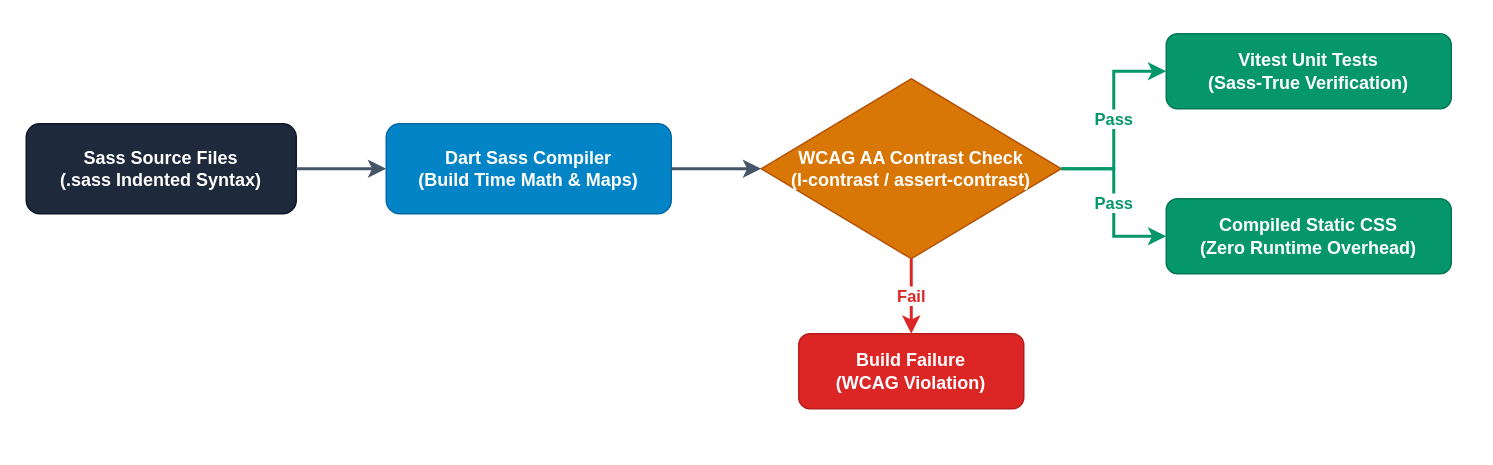
Before: page "Build and Compilation Flow" (2 of 4) of docs/developer/diagram.drawio in NexusWeave/ux-lumina-sass, a draw.io diagram. Source tidied: cells renumbered, new cells numbered last; positions are measured from the earlier drawing's top-left corner, leaving out a move shared by most shapes. Both pictures are drawn from the tidied source at 150%, with x=0, y=0 at pixel (26, 33).
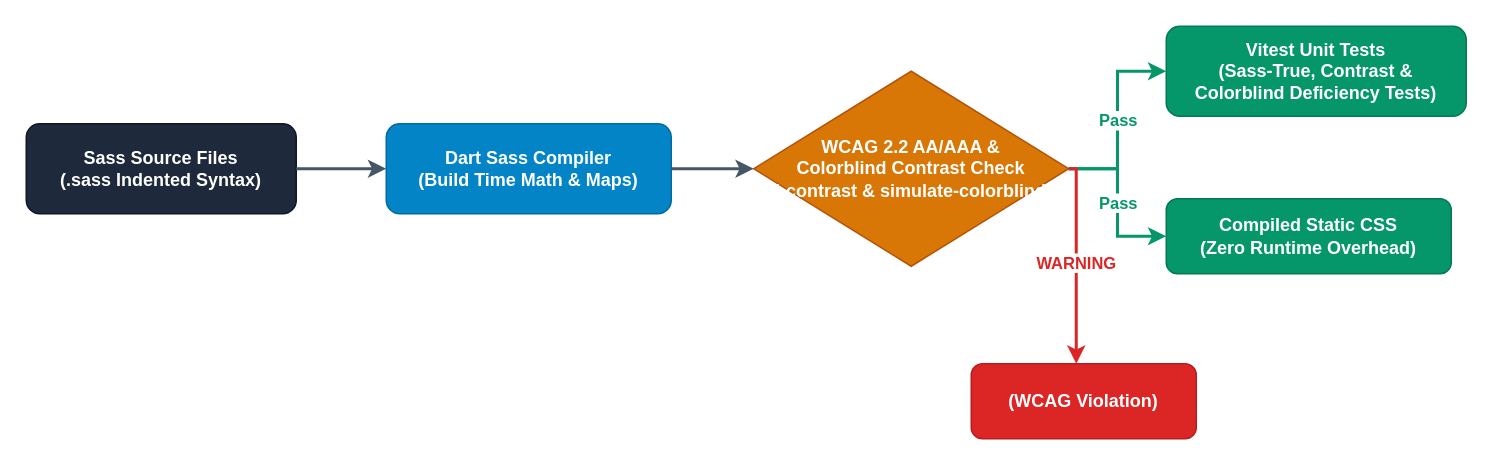
The same page after the edit.

What changed in the source:
```diff
@@
 <mxGraphModel>
   <root>
     <mxCell id="0" />
     <mxCell id="1" parent="0" />
     <mxCell id="2" value="Sass Source Files&#10;(.sass Indented Syntax)" style="rounded=1;whiteSpace=wrap;html=1;fillColor=#1e293b;strokeColor=#0f172a;fontColor=#ffffff;fontStyle=1;" parent="1" vertex="1">
       <mxGeometry y="60" width="180" height="60" as="geometry" />
     </mxCell>
     <mxCell id="3" value="Dart Sass Compiler&#10;(Build Time Math &amp; Maps)" style="rounded=1;whiteSpace=wrap;html=1;fillColor=#0284c7;strokeColor=#0369a1;fontColor=#ffffff;fontStyle=1;" parent="1" vertex="1">
       <mxGeometry x="240" y="60" width="190" height="60" as="geometry" />
     </mxCell>
-    <mxCell id="4" value="WCAG AA Contrast Check&#10;(l-contrast / assert-contrast)" style="rhombus;whiteSpace=wrap;html=1;fillColor=#d97706;strokeColor=#b45309;fontColor=#ffffff;fontStyle=1;" parent="1" vertex="1">
-      <mxGeometry x="490" y="30" width="200" height="120" as="geometry" />
+    <mxCell id="4" value="WCAG 2.2 AA/AAA &amp;&#10;Colorblind Contrast Check&#10;(l-contrast &amp; simulate-colorblind)" style="rhombus;whiteSpace=wrap;html=1;fillColor=#d97706;strokeColor=#b45309;fontColor=#ffffff;fontStyle=1;" parent="1" vertex="1">
+      <mxGeometry x="485" y="25" width="210" height="130" as="geometry" />
     </mxCell>
-    <mxCell id="5" value="Vitest Unit Tests&#10;(Sass-True Verification)" style="rounded=1;whiteSpace=wrap;html=1;fillColor=#059669;strokeColor=#047857;fontColor=#ffffff;fontStyle=1;" parent="1" vertex="1">
-      <mxGeometry x="760" width="190" height="50" as="geometry" />
+    <mxCell id="5" value="Vitest Unit Tests&#10;(Sass-True, Contrast &amp;&#10;Colorblind Deficiency Tests)" style="rounded=1;whiteSpace=wrap;html=1;fillColor=#059669;strokeColor=#047857;fontColor=#ffffff;fontStyle=1;" parent="1" vertex="1">
+      <mxGeometry x="760" y="-5" width="200" height="60" as="geometry" />
     </mxCell>
     <mxCell id="6" value="Compiled Static CSS&#10;(Zero Runtime Overhead)" style="rounded=1;whiteSpace=wrap;html=1;fillColor=#059669;strokeColor=#047857;fontColor=#ffffff;fontStyle=1;" parent="1" vertex="1">
       <mxGeometry x="760" y="110" width="190" height="50" as="geometry" />
     </mxCell>
     <mxCell id="7" style="edgeStyle=orthogonalEdgeStyle;rounded=0;html=1;strokeColor=#475569;strokeWidth=2;" parent="1" edge="1" source="2" target="3">
       <mxGeometry relative="1" as="geometry" />
     </mxCell>
     <mxCell id="8" style="edgeStyle=orthogonalEdgeStyle;rounded=0;html=1;strokeColor=#475569;strokeWidth=2;" parent="1" edge="1" source="3" target="4">
       <mxGeometry relative="1" as="geometry" />
     </mxCell>
     <mxCell id="9" value="Pass" style="edgeStyle=orthogonalEdgeStyle;rounded=0;html=1;strokeColor=#059669;strokeWidth=2;fontColor=#059669;fontStyle=1;" parent="1" edge="1" source="4" target="5">
       <mxGeometry relative="1" as="geometry" />
     </mxCell>
     <mxCell id="10" value="Pass" style="edgeStyle=orthogonalEdgeStyle;rounded=0;html=1;strokeColor=#059669;strokeWidth=2;fontColor=#059669;fontStyle=1;" parent="1" edge="1" source="4" target="6">
       <mxGeometry relative="1" as="geometry" />
     </mxCell>
-    <mxCell id="11" value="Build Failure&#10;(WCAG Violation)" style="rounded=1;whiteSpace=wrap;html=1;fillColor=#dc2626;strokeColor=#b91c1c;fontColor=#ffffff;fontStyle=1;" parent="1" vertex="1">
-      <mxGeometry x="515" y="200" width="150" height="50" as="geometry" />
+    <mxCell id="11" value="(WCAG Violation)" style="rounded=1;whiteSpace=wrap;html=1;fillColor=#dc2626;strokeColor=#b91c1c;fontColor=#ffffff;fontStyle=1;" parent="1" vertex="1">
+      <mxGeometry x="630" y="220" width="150" height="50" as="geometry" />
     </mxCell>
-    <mxCell id="12" value="Fail" style="edgeStyle=orthogonalEdgeStyle;rounded=0;html=1;strokeColor=#dc2626;strokeWidth=2;fontColor=#dc2626;fontStyle=1;" parent="1" edge="1" source="4" target="11">
-      <mxGeometry relative="1" as="geometry" />
+    <mxCell id="12" value="WARNING" style="edgeStyle=orthogonalEdgeStyle;rounded=0;html=1;strokeColor=#dc2626;strokeWidth=2;fontColor=#dc2626;fontStyle=1;" parent="1" edge="1" source="4" target="11">
+      <mxGeometry relative="1" as="geometry">
+        <Array as="points">
+          <mxPoint x="700" y="90" />
+        </Array>
+      </mxGeometry>
     </mxCell>
   </root>
 </mxGraphModel>
```
